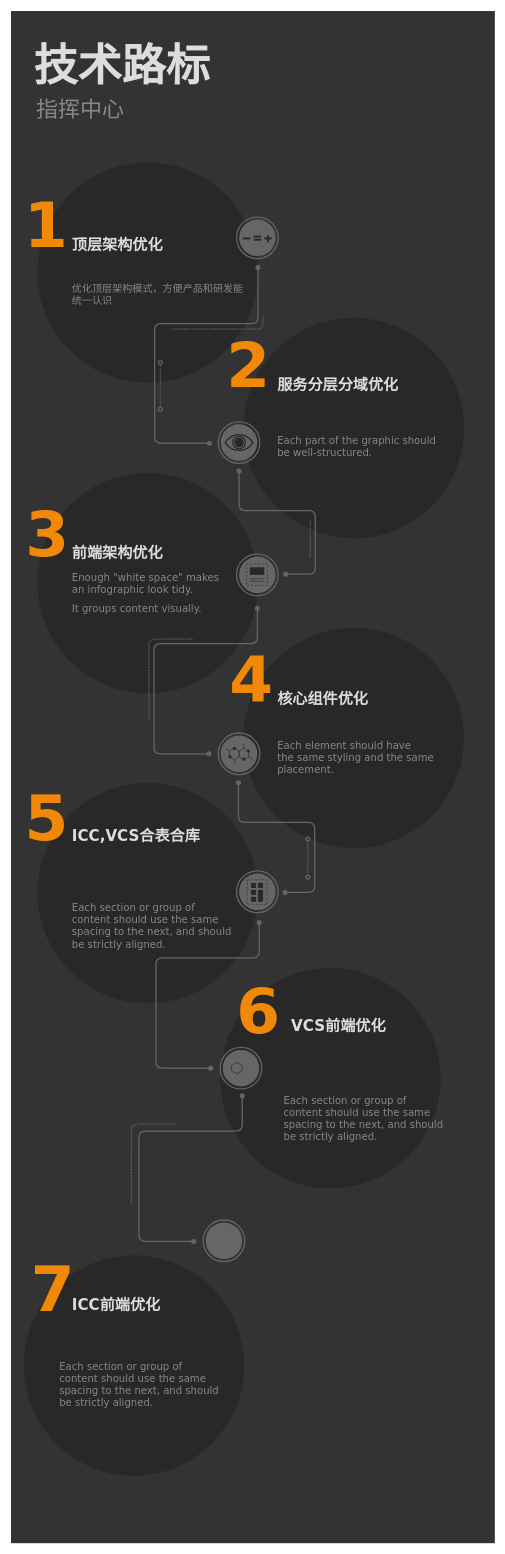
The draw.io diagram page "Page-4" (4 of 4) of 基于云平台的微服务架构.drawio in chensiyu123456/drawio-files, before the edit. Source tidied: cells renumbered, new cells numbered last; positions are measured from the earlier drawing's top-left corner, leaving out a move shared by most shapes. Both pictures are drawn from the tidied source at 63%, with x=0, y=0 at pixel (11, 11).
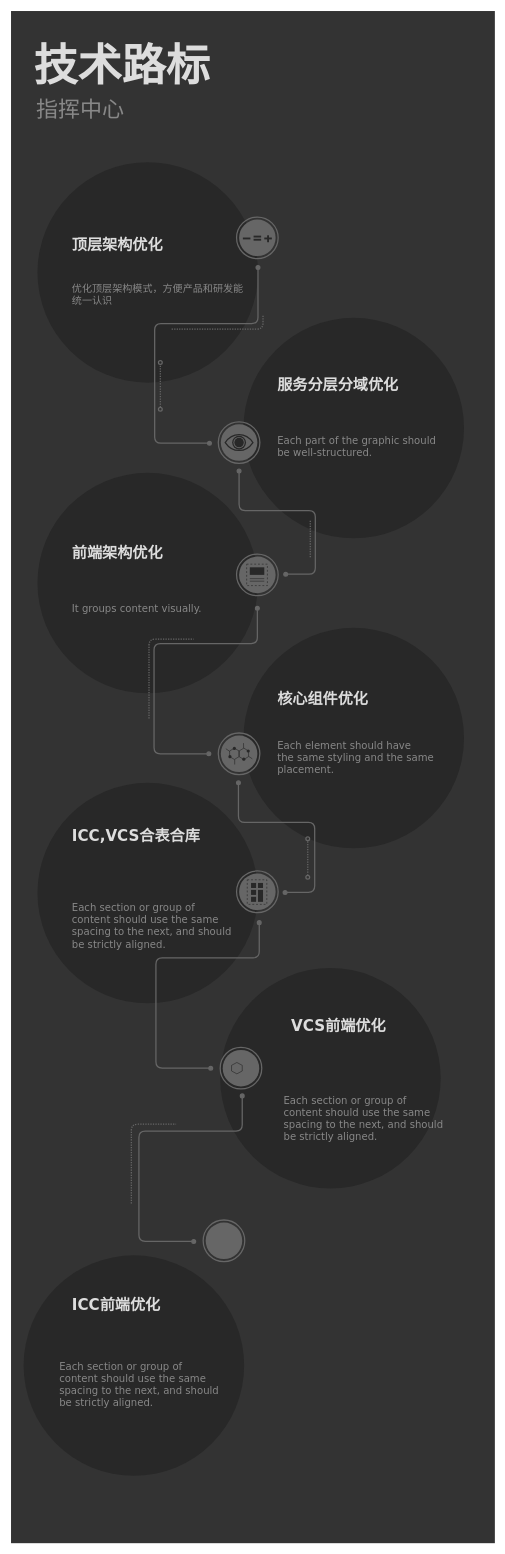
Above is the later version.

Commit message:
Update 基于云平台的微服务架构.drawio

The edit, as a diff of the source:
```diff
@@
-    <mxCell id="10" value="1&amp;nbsp;" style="text;html=1;align=left;verticalAlign=top;spacingTop=-4;fontSize=100;fontFamily=Verdana;fontColor=#F18808;fontStyle=1;hachureGap=4;" parent="1" vertex="1">
-      <mxGeometry x="19" y="278" width="110" height="120" as="geometry" />
-    </mxCell>
-    <mxCell id="11" value="2" style="text;html=1;align=left;verticalAlign=top;spacingTop=-4;fontSize=100;fontFamily=Verdana;fontColor=#F18808;fontStyle=1;hachureGap=4;" parent="1" vertex="1">
-      <mxGeometry x="340" y="500" width="74" height="120" as="geometry" />
-    </mxCell>
-    <mxCell id="12" value="3" style="text;html=1;align=left;verticalAlign=top;spacingTop=-4;fontSize=100;fontFamily=Verdana;fontColor=#F18808;fontStyle=1;hachureGap=4;" parent="1" vertex="1">
-      <mxGeometry x="21" y="768" width="74" height="120" as="geometry" />
-    </mxCell>
-    <mxCell id="13" value="4" style="text;html=1;align=left;verticalAlign=top;spacingTop=-4;fontSize=100;fontFamily=Verdana;fontColor=#F18808;fontStyle=1;hachureGap=4;" parent="1" vertex="1">
-      <mxGeometry x="345" y="998" width="74" height="120" as="geometry" />
-    </mxCell>
-    <mxCell id="14" value="5" style="text;html=1;align=left;verticalAlign=top;spacingTop=-4;fontSize=100;fontFamily=Verdana;fontColor=#F18808;fontStyle=1;hachureGap=4;" parent="1" vertex="1">
-      <mxGeometry x="20" y="1220" width="74" height="120" as="geometry" />
-    </mxCell>
@@
-    <mxCell id="24" value="Enough &quot;white space&quot; makes&lt;br&gt;an infographic look tidy.&lt;br&gt;" style="text;html=1;align=left;verticalAlign=top;spacingTop=-4;fontSize=16;fontColor=#888888;fontFamily=Verdana;hachureGap=4;" parent="1" vertex="1">
-      <mxGeometry x="95" y="888" width="244" height="36" as="geometry" />
-    </mxCell>
@@
-    <mxCell id="85" value="6" style="text;html=1;align=left;verticalAlign=top;spacingTop=-4;fontSize=100;fontFamily=Verdana;fontColor=#F18808;fontStyle=1;hachureGap=4;" parent="1" vertex="1">
-      <mxGeometry x="356" y="1526" width="89" height="126" as="geometry" />
-    </mxCell>
@@
-    <mxCell id="89" value="7" style="text;html=1;align=left;verticalAlign=top;spacingTop=-4;fontSize=100;fontFamily=Verdana;fontColor=#F18808;fontStyle=1;hachureGap=4;" parent="1" vertex="1">
-      <mxGeometry x="29.5" y="1967" width="89" height="126" as="geometry" />
-    </mxCell>
```
